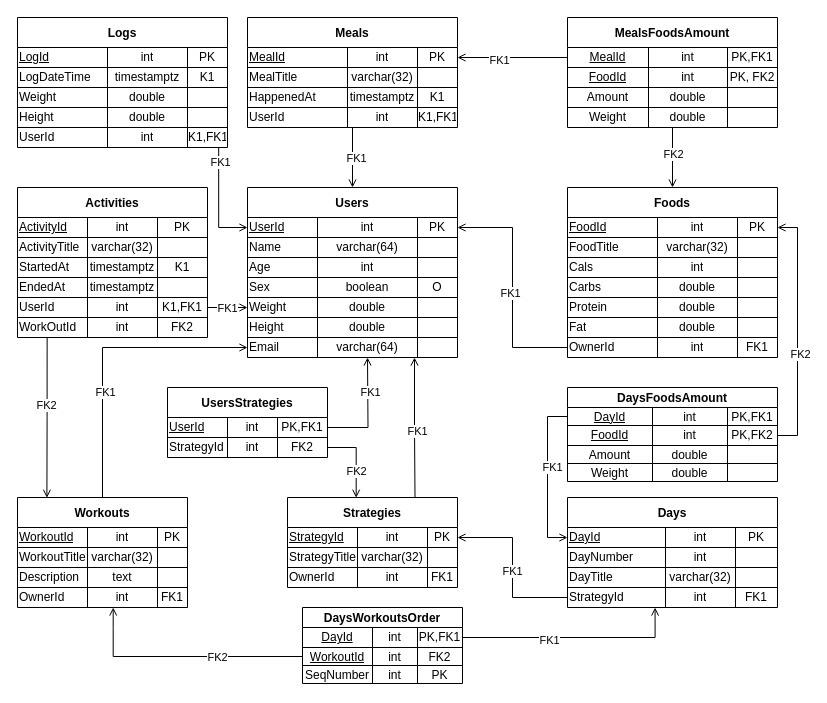
Before: pdm.drawio in Emgariko/dbms-project, a draw.io diagram. Source tidied: cells renumbered, new cells numbered last; positions are measured from the earlier drawing's top-left corner, leaving out a move shared by most shapes. Both pictures are drawn from the tidied source at 100%, with x=0, y=0 at pixel (17, 17).
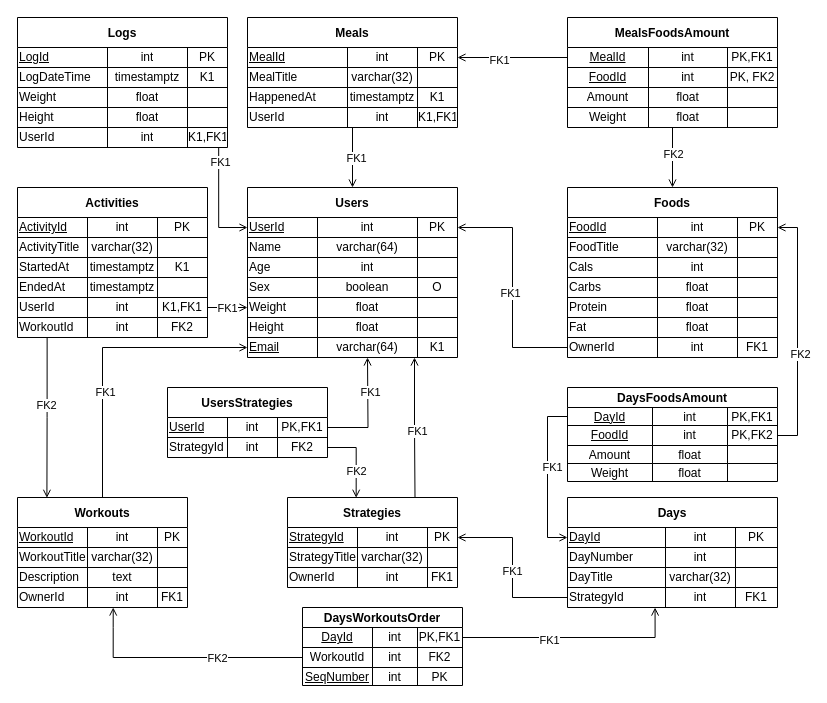
After the change.

The change refers to these unchanged cells:
```xml
<mxCell id="36" style="shape=tableRow;horizontal=0;startSize=0;swimlaneHead=0;swimlaneBody=0;top=0;left=0;bottom=0;right=0;fillColor=none;points=[[0,0.5],[1,0.5]];portConstraint=eastwest;html=0;" parent="19" vertex="1">
  <mxGeometry y="110" width="210" height="20" as="geometry" />
</mxCell>
<mxCell id="40" style="shape=tableRow;horizontal=0;startSize=0;swimlaneHead=0;swimlaneBody=0;top=0;left=0;bottom=0;right=0;fillColor=none;html=0;" parent="19" vertex="1">
  <mxGeometry y="130" width="210" height="20" as="geometry" />
</mxCell>
<mxCell id="44" style="shape=tableRow;horizontal=0;startSize=0;swimlaneHead=0;swimlaneBody=0;top=0;left=0;bottom=0;right=0;fillColor=none;points=[[0,0.5],[1,0.5]];portConstraint=eastwest;html=0;" parent="19" vertex="1">
  <mxGeometry y="150" width="210" height="20" as="geometry" />
</mxCell>
<mxCell id="57" style="shape=tableRow;horizontal=0;startSize=0;swimlaneHead=0;swimlaneBody=0;top=0;left=0;bottom=0;right=0;fillColor=none;html=0;" parent="48" vertex="1">
  <mxGeometry y="70" width="210" height="20" as="geometry" />
</mxCell>
<mxCell id="61" style="shape=tableRow;horizontal=0;startSize=0;swimlaneHead=0;swimlaneBody=0;top=0;left=0;bottom=0;right=0;fillColor=none;html=0;" parent="48" vertex="1">
  <mxGeometry y="90" width="210" height="20" as="geometry" />
</mxCell>
<mxCell id="82" style="shape=tableRow;horizontal=0;startSize=0;swimlaneHead=0;swimlaneBody=0;top=0;left=0;bottom=0;right=0;fillColor=none;html=0;" parent="69" vertex="1">
  <mxGeometry y="90" width="210" height="20" as="geometry" />
</mxCell>
<mxCell id="86" style="shape=tableRow;horizontal=0;startSize=0;swimlaneHead=0;swimlaneBody=0;top=0;left=0;bottom=0;right=0;fillColor=none;html=0;" parent="69" vertex="1">
  <mxGeometry y="110" width="210" height="20" as="geometry" />
</mxCell>
<mxCell id="90" style="shape=tableRow;horizontal=0;startSize=0;swimlaneHead=0;swimlaneBody=0;top=0;left=0;bottom=0;right=0;fillColor=none;html=0;" parent="69" vertex="1">
  <mxGeometry y="130" width="210" height="20" as="geometry" />
</mxCell>
<mxCell id="174" style="shape=tableRow;horizontal=0;startSize=0;swimlaneHead=0;swimlaneBody=0;top=0;left=0;bottom=0;right=0;fillColor=none;points=[[0,0.5],[1,0.5]];portConstraint=eastwest;html=0;" parent="153" vertex="1">
  <mxGeometry y="130" width="190" height="20" as="geometry" />
</mxCell>
<mxCell id="200" style="shape=tableRow;horizontal=0;startSize=0;swimlaneHead=0;swimlaneBody=0;top=0;left=0;bottom=0;right=0;fillColor=none;html=0;" parent="191" vertex="1">
  <mxGeometry y="58" width="210" height="18" as="geometry" />
</mxCell>
<mxCell id="204" style="shape=tableRow;horizontal=0;startSize=0;swimlaneHead=0;swimlaneBody=0;top=0;left=0;bottom=0;right=0;fillColor=none;html=0;" parent="191" vertex="1">
  <mxGeometry y="76" width="210" height="18" as="geometry" />
</mxCell>
<mxCell id="219" style="shape=tableRow;horizontal=0;startSize=0;swimlaneHead=0;swimlaneBody=0;top=0;left=0;bottom=0;right=0;fillColor=none;html=0;" parent="210" vertex="1">
  <mxGeometry y="70" width="210" height="20" as="geometry" />
</mxCell>
<mxCell id="223" style="shape=tableRow;horizontal=0;startSize=0;swimlaneHead=0;swimlaneBody=0;top=0;left=0;bottom=0;right=0;fillColor=none;html=0;" parent="210" vertex="1">
  <mxGeometry y="90" width="210" height="20" as="geometry" />
</mxCell>
```

The edit, as a diff of the source:
```diff
@@
-    <mxCell id="38" value="double" style="shape=partialRectangle;html=1;whiteSpace=wrap;fillColor=none;top=0;left=0;bottom=0;right=0;overflow=hidden;" parent="36" vertex="1">
+    <mxCell id="38" value="float" style="shape=partialRectangle;html=1;whiteSpace=wrap;fillColor=none;top=0;left=0;bottom=0;right=0;overflow=hidden;" parent="36" vertex="1">
       <mxGeometry x="70" width="100" height="20" as="geometry" />
     </mxCell>
@@
-    <mxCell id="42" value="double" style="shape=partialRectangle;html=1;whiteSpace=wrap;fillColor=none;top=0;left=0;bottom=0;right=0;overflow=hidden;" parent="40" vertex="1">
+    <mxCell id="42" value="float" style="shape=partialRectangle;html=1;whiteSpace=wrap;fillColor=none;top=0;left=0;bottom=0;right=0;overflow=hidden;" parent="40" vertex="1">
       <mxGeometry x="70" width="100" height="20" as="geometry" />
     </mxCell>
@@
-    <mxCell id="45" value="Email" style="shape=partialRectangle;html=1;whiteSpace=wrap;fillColor=none;top=0;left=0;bottom=0;right=0;overflow=hidden;align=left;" parent="44" vertex="1">
+    <mxCell id="45" value="&lt;u&gt;Email&lt;/u&gt;" style="shape=partialRectangle;html=1;whiteSpace=wrap;fillColor=none;top=0;left=0;bottom=0;right=0;overflow=hidden;align=left;" parent="44" vertex="1">
       <mxGeometry width="70" height="20" as="geometry" />
     </mxCell>
@@
-    <mxCell id="47" style="shape=partialRectangle;html=1;whiteSpace=wrap;fillColor=none;top=0;left=0;bottom=0;right=0;overflow=hidden;" parent="44" vertex="1">
+    <mxCell id="47" value="K1" style="shape=partialRectangle;html=1;whiteSpace=wrap;fillColor=none;top=0;left=0;bottom=0;right=0;overflow=hidden;" parent="44" vertex="1">
       <mxGeometry x="170" width="40" height="20" as="geometry" />
     </mxCell>
@@
-    <mxCell id="59" value="double" style="shape=partialRectangle;html=1;whiteSpace=wrap;fillColor=none;top=0;left=0;bottom=0;right=0;overflow=hidden;" parent="57" vertex="1">
+    <mxCell id="59" value="float" style="shape=partialRectangle;html=1;whiteSpace=wrap;fillColor=none;top=0;left=0;bottom=0;right=0;overflow=hidden;" parent="57" vertex="1">
       <mxGeometry x="90" width="80" height="20" as="geometry" />
     </mxCell>
@@
-    <mxCell id="63" value="double" style="shape=partialRectangle;html=1;whiteSpace=wrap;fillColor=none;top=0;left=0;bottom=0;right=0;overflow=hidden;" parent="61" vertex="1">
+    <mxCell id="63" value="float" style="shape=partialRectangle;html=1;whiteSpace=wrap;fillColor=none;top=0;left=0;bottom=0;right=0;overflow=hidden;" parent="61" vertex="1">
       <mxGeometry x="90" width="80" height="20" as="geometry" />
     </mxCell>
@@
-    <mxCell id="84" value="double" style="shape=partialRectangle;html=1;whiteSpace=wrap;fillColor=none;top=0;left=0;bottom=0;right=0;overflow=hidden;" parent="82" vertex="1">
+    <mxCell id="84" value="float" style="shape=partialRectangle;html=1;whiteSpace=wrap;fillColor=none;top=0;left=0;bottom=0;right=0;overflow=hidden;" parent="82" vertex="1">
       <mxGeometry x="90" width="80" height="20" as="geometry" />
     </mxCell>
@@
-    <mxCell id="88" value="double" style="shape=partialRectangle;html=1;whiteSpace=wrap;fillColor=none;top=0;left=0;bottom=0;right=0;overflow=hidden;" parent="86" vertex="1">
+    <mxCell id="88" value="float" style="shape=partialRectangle;html=1;whiteSpace=wrap;fillColor=none;top=0;left=0;bottom=0;right=0;overflow=hidden;" parent="86" vertex="1">
       <mxGeometry x="90" width="80" height="20" as="geometry" />
     </mxCell>
@@
-    <mxCell id="92" value="double" style="shape=partialRectangle;html=1;whiteSpace=wrap;fillColor=none;top=0;left=0;bottom=0;right=0;overflow=hidden;" parent="90" vertex="1">
+    <mxCell id="92" value="float" style="shape=partialRectangle;html=1;whiteSpace=wrap;fillColor=none;top=0;left=0;bottom=0;right=0;overflow=hidden;" parent="90" vertex="1">
       <mxGeometry x="90" width="80" height="20" as="geometry" />
     </mxCell>
@@
-    <mxCell id="175" value="WorkOutId" style="shape=partialRectangle;html=1;whiteSpace=wrap;fillColor=none;top=0;left=0;bottom=0;right=0;overflow=hidden;align=left;" parent="174" vertex="1">
+    <mxCell id="175" value="WorkoutId" style="shape=partialRectangle;html=1;whiteSpace=wrap;fillColor=none;top=0;left=0;bottom=0;right=0;overflow=hidden;align=left;" parent="174" vertex="1">
       <mxGeometry width="70" height="20" as="geometry" />
     </mxCell>
@@
     <mxCell id="178" value="DaysWorkoutsOrder" style="shape=table;startSize=20;childLayout=tableLayout;fontStyle=1;align=center;html=0;shadow=0;rounded=0;" parent="1" vertex="1">
-      <mxGeometry x="285" y="590" width="160" height="76" as="geometry" />
+      <mxGeometry x="285" y="590" width="160" height="78" as="geometry" />
     </mxCell>
@@
     <mxCell id="183" style="shape=tableRow;horizontal=0;startSize=0;swimlaneHead=0;swimlaneBody=0;top=0;left=0;bottom=0;right=0;fillColor=none;points=[[0,0.5],[1,0.5]];portConstraint=eastwest;html=0;" parent="178" vertex="1">
-      <mxGeometry y="40" width="160" height="18" as="geometry" />
+      <mxGeometry y="40" width="160" height="20" as="geometry" />
     </mxCell>
-    <mxCell id="184" value="&lt;u&gt;WorkoutId&lt;/u&gt;" style="shape=partialRectangle;html=1;whiteSpace=wrap;fillColor=none;top=0;left=0;bottom=0;right=0;overflow=hidden;" parent="183" vertex="1">
-      <mxGeometry width="70" height="18" as="geometry" />
+    <mxCell id="184" value="WorkoutId" style="shape=partialRectangle;html=1;whiteSpace=wrap;fillColor=none;top=0;left=0;bottom=0;right=0;overflow=hidden;" parent="183" vertex="1">
+      <mxGeometry width="70" height="20" as="geometry" />
     </mxCell>
     <mxCell id="185" value="int" style="shape=partialRectangle;html=1;whiteSpace=wrap;fillColor=none;top=0;left=0;bottom=0;right=0;overflow=hidden;" parent="183" vertex="1">
-      <mxGeometry x="70" width="45" height="18" as="geometry" />
+      <mxGeometry x="70" width="45" height="20" as="geometry" />
     </mxCell>
     <mxCell id="186" value="FK2" style="shape=partialRectangle;html=1;whiteSpace=wrap;fillColor=none;top=0;left=0;bottom=0;right=0;overflow=hidden;" parent="183" vertex="1">
-      <mxGeometry x="115" width="45" height="18" as="geometry" />
+      <mxGeometry x="115" width="45" height="20" as="geometry" />
     </mxCell>
     <mxCell id="187" style="shape=tableRow;horizontal=0;startSize=0;swimlaneHead=0;swimlaneBody=0;top=0;left=0;bottom=0;right=0;fillColor=none;html=0;" parent="178" vertex="1">
-      <mxGeometry y="58" width="160" height="18" as="geometry" />
+      <mxGeometry y="60" width="160" height="18" as="geometry" />
     </mxCell>
-    <mxCell id="188" value="SeqNumber" style="shape=partialRectangle;html=1;whiteSpace=wrap;fillColor=none;top=0;left=0;bottom=0;right=0;overflow=hidden;" parent="187" vertex="1">
+    <mxCell id="188" value="&lt;u&gt;SeqNumber&lt;/u&gt;" style="shape=partialRectangle;html=1;whiteSpace=wrap;fillColor=none;top=0;left=0;bottom=0;right=0;overflow=hidden;" parent="187" vertex="1">
       <mxGeometry width="70" height="18" as="geometry" />
     </mxCell>
@@
-    <mxCell id="202" value="double" style="shape=partialRectangle;html=1;whiteSpace=wrap;fillColor=none;top=0;left=0;bottom=0;right=0;overflow=hidden;" parent="200" vertex="1">
+    <mxCell id="202" value="float" style="shape=partialRectangle;html=1;whiteSpace=wrap;fillColor=none;top=0;left=0;bottom=0;right=0;overflow=hidden;" parent="200" vertex="1">
       <mxGeometry x="85" width="75" height="18" as="geometry" />
     </mxCell>
@@
-    <mxCell id="206" value="double" style="shape=partialRectangle;html=1;whiteSpace=wrap;fillColor=none;top=0;left=0;bottom=0;right=0;overflow=hidden;" parent="204" vertex="1">
+    <mxCell id="206" value="float" style="shape=partialRectangle;html=1;whiteSpace=wrap;fillColor=none;top=0;left=0;bottom=0;right=0;overflow=hidden;" parent="204" vertex="1">
       <mxGeometry x="85" width="75" height="18" as="geometry" />
     </mxCell>
@@
-    <mxCell id="221" value="double" style="shape=partialRectangle;html=1;whiteSpace=wrap;fillColor=none;top=0;left=0;bottom=0;right=0;overflow=hidden;" parent="219" vertex="1">
+    <mxCell id="221" value="float" style="shape=partialRectangle;html=1;whiteSpace=wrap;fillColor=none;top=0;left=0;bottom=0;right=0;overflow=hidden;" parent="219" vertex="1">
       <mxGeometry x="81" width="79" height="20" as="geometry" />
     </mxCell>
@@
-    <mxCell id="225" value="double" style="shape=partialRectangle;html=1;whiteSpace=wrap;fillColor=none;top=0;left=0;bottom=0;right=0;overflow=hidden;" parent="223" vertex="1">
+    <mxCell id="225" value="float" style="shape=partialRectangle;html=1;whiteSpace=wrap;fillColor=none;top=0;left=0;bottom=0;right=0;overflow=hidden;" parent="223" vertex="1">
       <mxGeometry x="81" width="79" height="20" as="geometry" />
     </mxCell>
```
